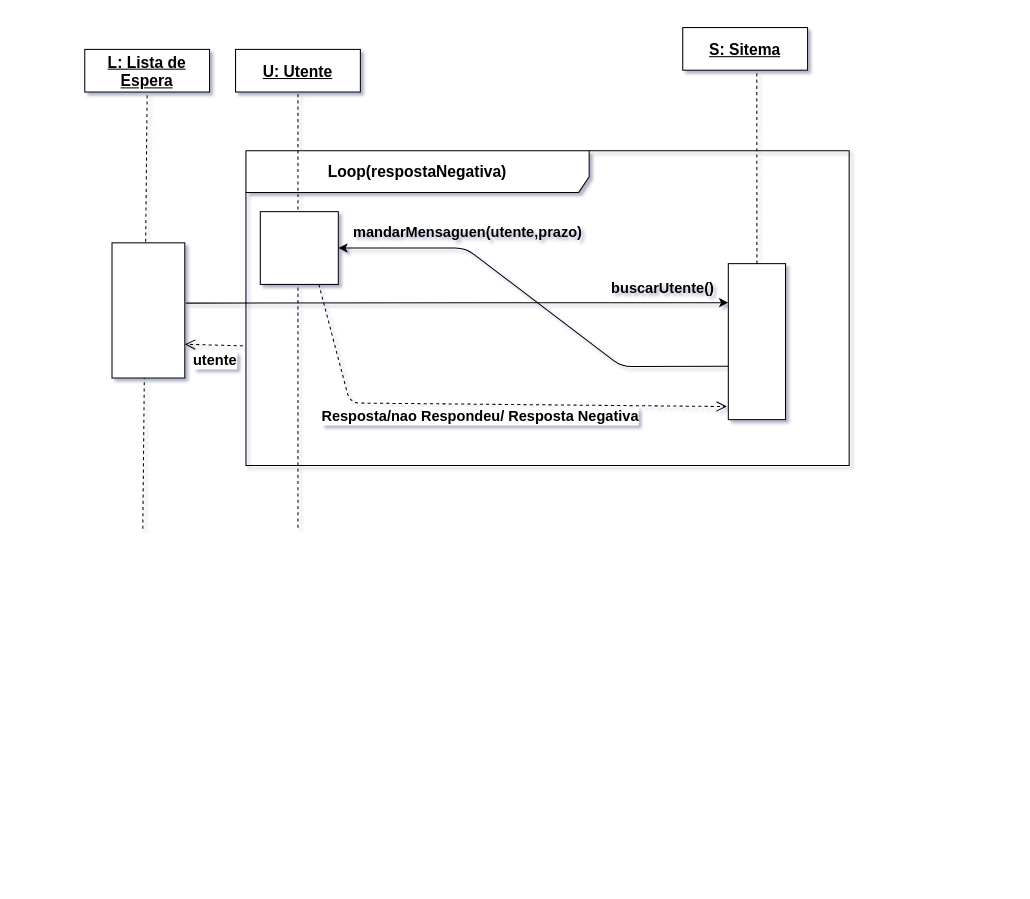
Before: DiagramaDeSequencia-ListaDeEspera.drawio in getSierralta/Si-Centro-Hospitalar-Upskill, a draw.io diagram. Source tidied: cells renumbered, new cells numbered last; positions are measured from the earlier drawing's top-left corner, leaving out a move shared by most shapes. Both pictures are drawn from the tidied source at 104%, with x=0, y=0 at pixel (84, 27).
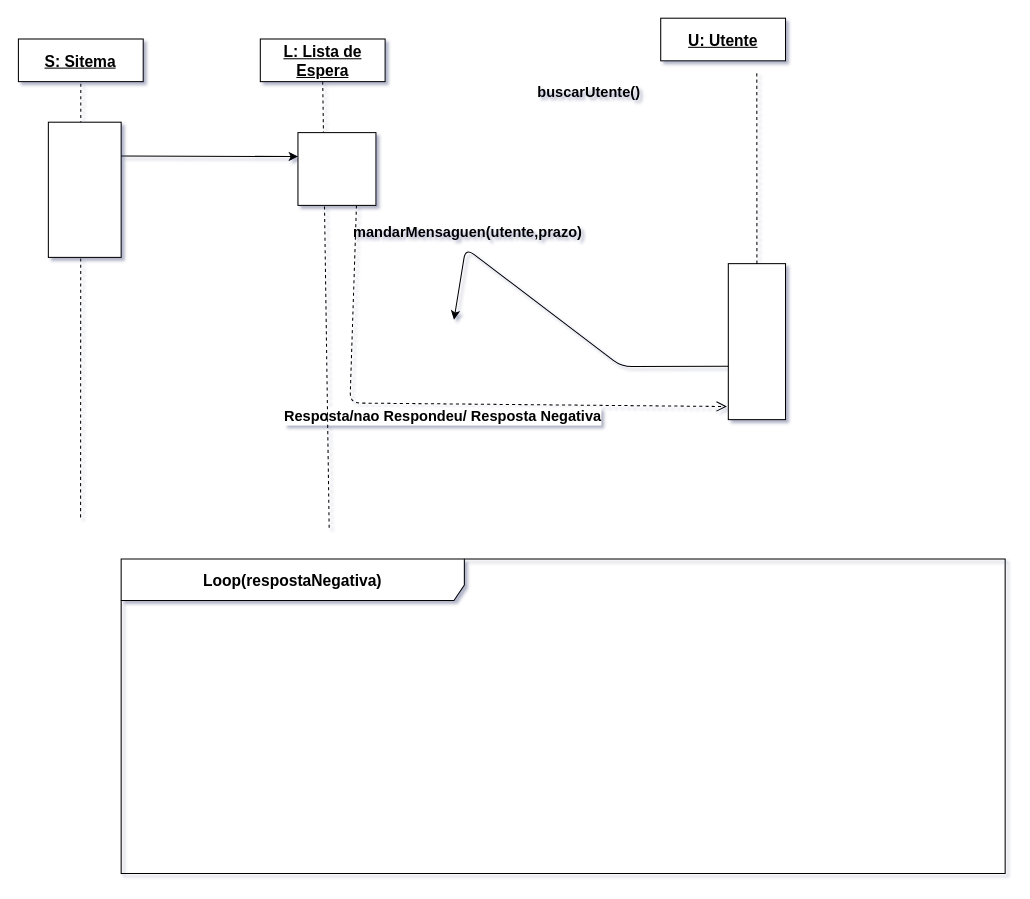
Above is the later version.

Commit message:
3.1 pus as sugerencias que tinham feito

The change refers to these unchanged cells:
```xml
<mxCell id="5" style="rounded=0;whiteSpace=wrap;html=1;strokeColor=#000000;fillColor=#ffffff;fontSize=14;" parent="1" vertex="1">
  <mxGeometry x="618.8" y="227" width="55" height="150" as="geometry" />
</mxCell>
```

The edit, as a diff of the source:
```diff
@@
     <mxCell id="2" value="&lt;font style=&quot;font-size: 15px&quot;&gt;&lt;b&gt;Loop(respostaNegativa)&lt;/b&gt;&lt;/font&gt;" style="shape=umlFrame;whiteSpace=wrap;html=1;strokeColor=#000000;fillColor=#ffffff;fontSize=14;width=330;height=40;" parent="1" vertex="1">
-      <mxGeometry x="155" y="118.5" width="580" height="302.5" as="geometry" />
+      <mxGeometry x="35" y="511" width="850" height="302.5" as="geometry" />
     </mxCell>
     <mxCell id="3" value="L: Lista de Espera" style="text;html=1;align=center;verticalAlign=middle;whiteSpace=wrap;rounded=0;fontStyle=5;fillColor=#ffffff;strokeColor=#000000;fontSize=15;" parent="1" vertex="1">
-      <mxGeometry y="21" width="120" height="41" as="geometry" />
+      <mxGeometry x="168.8" y="11" width="120" height="41" as="geometry" />
     </mxCell>
-    <mxCell id="4" style="endArrow=none;dashed=1;html=1;fontSize=14;entryX=0.5;entryY=1;entryDx=0;entryDy=0;" parent="1" edge="1" target="3">
-      <mxGeometry relative="1" as="geometry">
-        <mxPoint x="55.8" y="482" as="sourcePoint" />
-      </mxGeometry>
-    </mxCell>
@@
-    <mxCell id="6" style="rounded=0;whiteSpace=wrap;html=1;" parent="1" vertex="1">
-      <mxGeometry x="26.2" y="207" width="70" height="130" as="geometry" />
-    </mxCell>
     <mxCell id="7" value="buscarUtente()" style="text;html=1;strokeColor=none;fillColor=none;align=center;verticalAlign=middle;whiteSpace=wrap;rounded=0;fontStyle=1;fontSize=14;" parent="1" vertex="1">
-      <mxGeometry x="496.2" y="241" width="120" height="20" as="geometry" />
+      <mxGeometry x="425" y="52" width="120" height="20" as="geometry" />
     </mxCell>
-    <mxCell id="8" value="&lt;b&gt;utente&lt;/b&gt;" style="html=1;verticalAlign=bottom;endArrow=open;dashed=1;endSize=8;fontSize=14;entryX=1;entryY=0.75;entryDx=0;entryDy=0;exitX=-0.005;exitY=0.62;exitDx=0;exitDy=0;exitPerimeter=0;" parent="1" edge="1" source="2" target="6">
-      <mxGeometry x="-0.06" y="26" relative="1" as="geometry" />
-    </mxCell>
-    <mxCell id="9" style="endArrow=classic;html=1;fontSize=14;exitX=0;exitY=0.658;exitDx=0;exitDy=0;exitPerimeter=0;entryX=1;entryY=0.5;entryDx=0;entryDy=0;" parent="1" edge="1" source="5" target="17">
+    <mxCell id="9" style="endArrow=classic;html=1;fontSize=14;exitX=0;exitY=0.658;exitDx=0;exitDy=0;exitPerimeter=0;" parent="1" edge="1" source="5">
       <mxGeometry relative="1" as="geometry">
+        <mxPoint x="355" y="281" as="targetPoint" />
         <Array as="points">
           <mxPoint x="516.2" y="326" />
           <mxPoint x="366.2" y="212" />
         </Array>
       </mxGeometry>
     </mxCell>
@@
-    <mxCell id="12" style="endArrow=classic;html=1;fontSize=14;exitX=1.014;exitY=0.446;exitDx=0;exitDy=0;exitPerimeter=0;entryX=0;entryY=0.25;entryDx=0;entryDy=0;" parent="1" edge="1" source="6" target="5">
-      <mxGeometry relative="1" as="geometry" />
-    </mxCell>
     <mxCell id="13" value="U: Utente" style="text;html=1;align=center;verticalAlign=middle;whiteSpace=wrap;rounded=0;fontStyle=5;fillColor=#ffffff;strokeColor=#000000;fontSize=15;" parent="1" vertex="1">
-      <mxGeometry x="145" y="21" width="120" height="41" as="geometry" />
+      <mxGeometry x="553.8" y="-9" width="120" height="41" as="geometry" />
     </mxCell>
-    <mxCell id="14" style="endArrow=none;dashed=1;html=1;entryX=0.5;entryY=1;entryDx=0;entryDy=0;" parent="1" edge="1" target="13">
+    <mxCell id="14" style="endArrow=none;dashed=1;html=1;entryX=0.5;entryY=1;entryDx=0;entryDy=0;" parent="1" edge="1" target="3">
       <mxGeometry relative="1" as="geometry">
-        <mxPoint x="205" y="481" as="sourcePoint" />
+        <mxPoint x="235" y="481" as="sourcePoint" />
       </mxGeometry>
     </mxCell>
     <mxCell id="15" value="S: Sitema" style="text;html=1;align=center;verticalAlign=middle;whiteSpace=wrap;rounded=0;fontStyle=5;fillColor=#ffffff;strokeColor=#000000;fontSize=15;" parent="1" vertex="1">
-      <mxGeometry x="575" width="120" height="41" as="geometry" />
+      <mxGeometry x="-63.8" y="11" width="120" height="41" as="geometry" />
     </mxCell>
@@
     <mxCell id="17" style="rounded=0;whiteSpace=wrap;html=1;strokeColor=#000000;fillColor=#ffffff;fontSize=14;" parent="1" vertex="1">
-      <mxGeometry x="168.8" y="177" width="75" height="70" as="geometry" />
+      <mxGeometry x="205" y="101" width="75" height="70" as="geometry" />
     </mxCell>
+    <mxCell id="18" style="endArrow=classic;html=1;exitX=1;exitY=0.25;exitDx=0;exitDy=0;" parent="1" edge="1" source="6">
+      <mxGeometry relative="1" as="geometry">
+        <mxPoint x="205" y="124" as="targetPoint" />
+      </mxGeometry>
+    </mxCell>
+    <mxCell id="19" style="endArrow=none;dashed=1;html=1;entryX=0.5;entryY=1;entryDx=0;entryDy=0;" parent="1" edge="1" target="15">
+      <mxGeometry relative="1" as="geometry">
+        <mxPoint x="-4" y="471" as="sourcePoint" />
+      </mxGeometry>
+    </mxCell>
+    <mxCell id="6" style="rounded=0;whiteSpace=wrap;html=1;" parent="1" vertex="1">
+      <mxGeometry x="-35" y="91" width="70" height="130" as="geometry" />
+    </mxCell>
```
